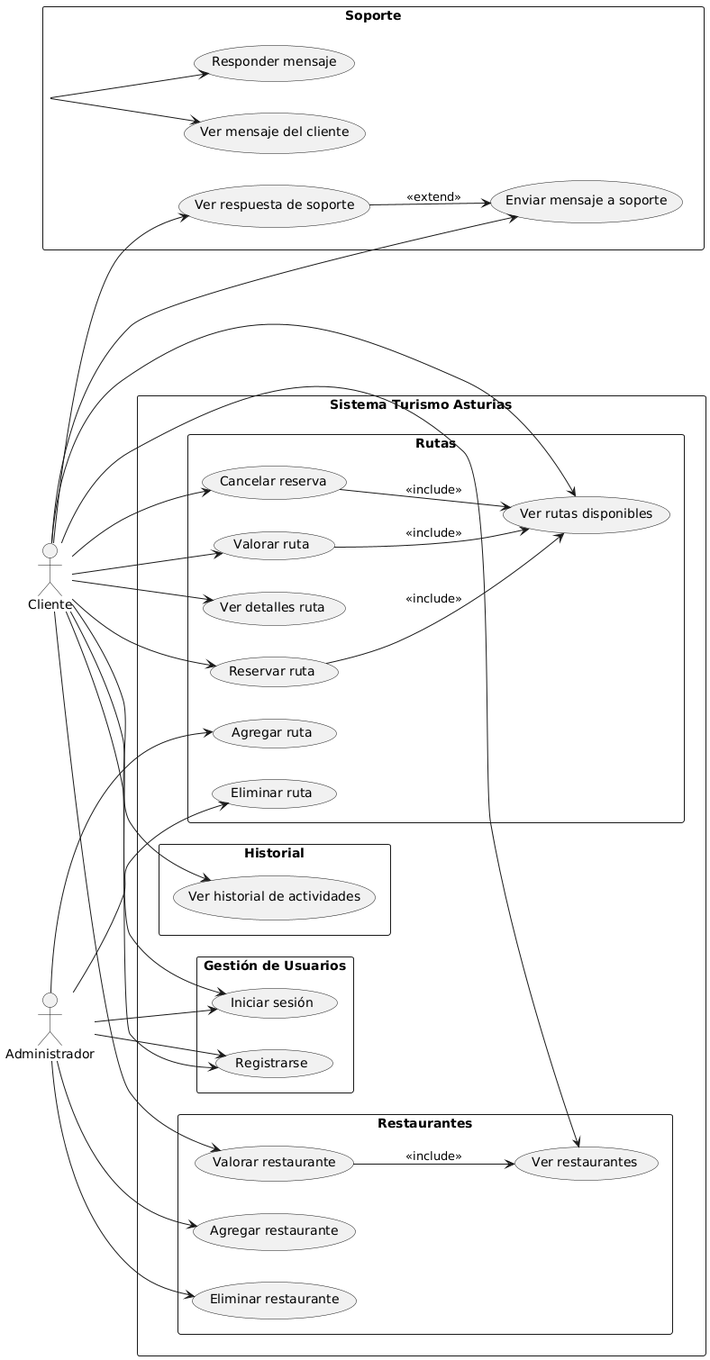
Earlier version of the PlantUML export assets/diagramaCasosDeUso.png (Pablirry/AsturTerra). The source it was exported from:
```plantuml
@startuml
left to right direction
skinparam packageStyle rectangle

actor Cliente
actor Administrador
actor Soporte

rectangle "Sistema Turismo Asturias" {

  package "Gestión de Usuarios" {
    (Iniciar sesión)
    (Registrarse)
    Cliente --> (Iniciar sesión)
    Cliente --> (Registrarse)
    Administrador --> (Iniciar sesión)
    Administrador --> (Registrarse)
  }

  package "Rutas" {
    (Ver rutas disponibles)
    (Reservar ruta)
    (Cancelar reserva)
    (Valorar ruta)
    (Ver detalles ruta)

    Cliente --> (Ver rutas disponibles)
    Cliente --> (Reservar ruta)
    Cliente --> (Cancelar reserva)
    Cliente --> (Valorar ruta)
    Cliente --> (Ver detalles ruta)

    Administrador --> (Agregar ruta)
    Administrador --> (Eliminar ruta)

    (Reservar ruta) --> (Ver rutas disponibles) : <<include>>
    (Cancelar reserva) --> (Ver rutas disponibles) : <<include>>
    (Valorar ruta) --> (Ver rutas disponibles) : <<include>>
  }

  package "Restaurantes" {
    (Ver restaurantes)
    (Valorar restaurante)

    Cliente --> (Ver restaurantes)
    Cliente --> (Valorar restaurante)

    Administrador --> (Agregar restaurante)
    Administrador --> (Eliminar restaurante)

    (Valorar restaurante) --> (Ver restaurantes) : <<include>>
  }

  package "Historial" {
    (Ver historial de actividades)
    Cliente --> (Ver historial de actividades)
  }

  package "Soporte" {
    (Enviar mensaje a soporte)
    (Ver respuesta de soporte)

    Cliente --> (Enviar mensaje a soporte)
    Cliente --> (Ver respuesta de soporte)
    Soporte --> (Ver mensaje del cliente)
    Soporte --> (Responder mensaje)

    (Ver respuesta de soporte) --> (Enviar mensaje a soporte) : <<extend>>
  }
}
@enduml
```
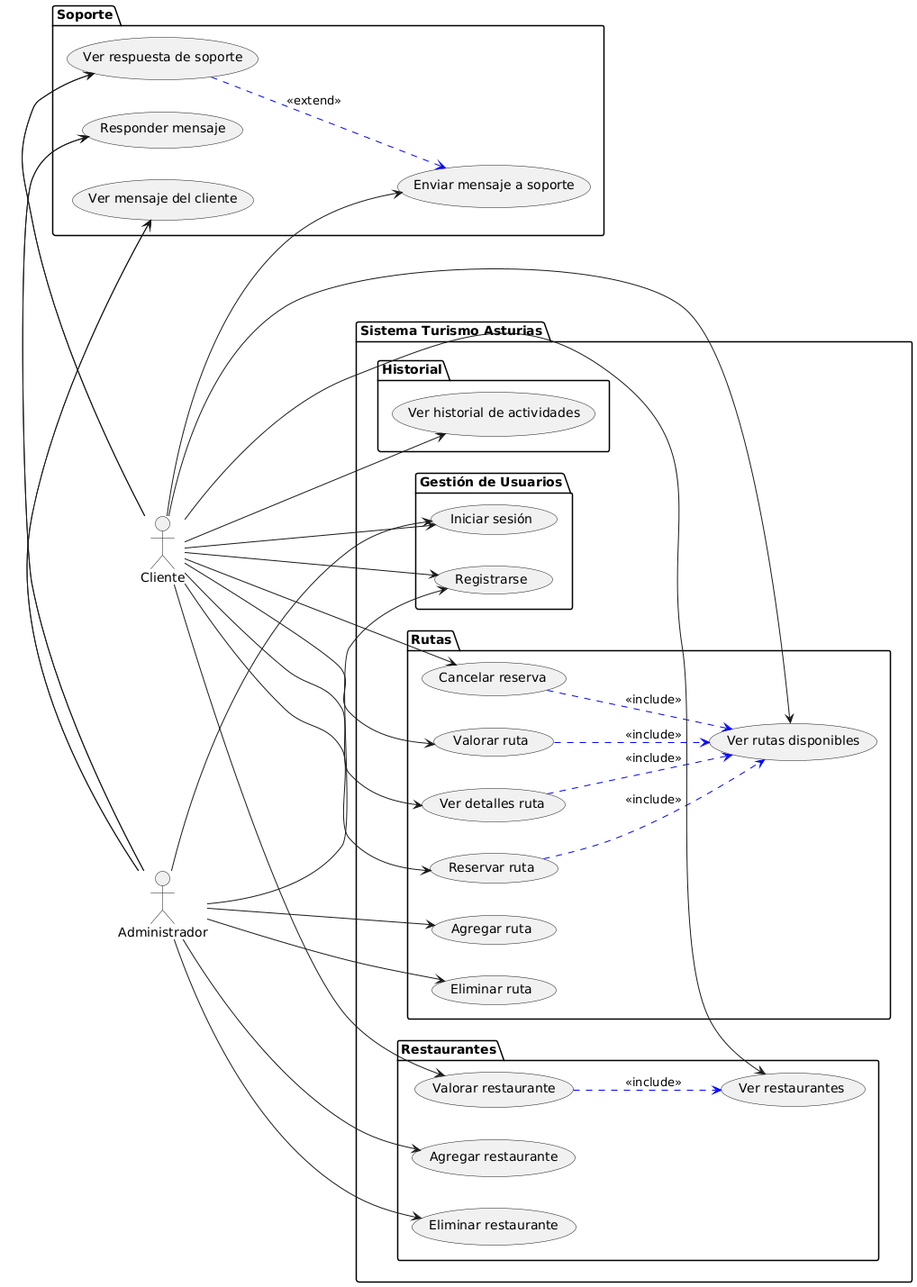
The same file after the commit.

What changed in the source:
```diff
@@ -1,71 +1,76 @@
 @startuml
 left to right direction
-skinparam packageStyle rectangle
-
 actor Cliente
 actor Administrador
-actor Soporte
 
-rectangle "Sistema Turismo Asturias" {
+package "Soporte" {
+    usecase "Ver mensaje del cliente" as UC1
+    usecase "Responder mensaje" as UC2
+    usecase "Enviar mensaje a soporte" as UC3
+    usecase "Ver respuesta de soporte" as UC4
 
-  package "Gestión de Usuarios" {
-    (Iniciar sesión)
-    (Registrarse)
-    Cliente --> (Iniciar sesión)
-    Cliente --> (Registrarse)
-    Administrador --> (Iniciar sesión)
-    Administrador --> (Registrarse)
-  }
+    UC4 -[#0000FF,dashed]-> UC3 : <<extend>>
+}
 
-  package "Rutas" {
-    (Ver rutas disponibles)
-    (Reservar ruta)
-    (Cancelar reserva)
-    (Valorar ruta)
-    (Ver detalles ruta)
+package "Sistema Turismo Asturias" {
+    package "Rutas" {
+        usecase "Ver rutas disponibles" as UC5
+        usecase "Ver detalles ruta" as UC6
+        usecase "Reservar ruta" as UC7
+        usecase "Cancelar reserva" as UC8
+        usecase "Valorar ruta" as UC9
+        usecase "Agregar ruta" as UC10
+        usecase "Eliminar ruta" as UC11
 
-    Cliente --> (Ver rutas disponibles)
-    Cliente --> (Reservar ruta)
-    Cliente --> (Cancelar reserva)
-    Cliente --> (Valorar ruta)
-    Cliente --> (Ver detalles ruta)
+        UC6 -[#0000FF,dashed]-> UC5 : <<include>>
+        UC7 -[#0000FF,dashed]-> UC5 : <<include>>
+        UC8 -[#0000FF,dashed]-> UC5 : <<include>>
+        UC9 -[#0000FF,dashed]-> UC5 : <<include>>
+    }
 
-    Administrador --> (Agregar ruta)
-    Administrador --> (Eliminar ruta)
+    package "Historial" {
+        usecase "Ver historial de actividades" as UC12
+    }
 
-    (Reservar ruta) --> (Ver rutas disponibles) : <<include>>
-    (Cancelar reserva) --> (Ver rutas disponibles) : <<include>>
-    (Valorar ruta) --> (Ver rutas disponibles) : <<include>>
-  }
+    package "Gestión de Usuarios" {
+        usecase "Iniciar sesión" as UC13
+        usecase "Registrarse" as UC14
+    }
 
-  package "Restaurantes" {
-    (Ver restaurantes)
-    (Valorar restaurante)
+    package "Restaurantes" {
+        usecase "Ver restaurantes" as UC15
+        usecase "Valorar restaurante" as UC16
+        usecase "Agregar restaurante" as UC17
+        usecase "Eliminar restaurante" as UC18
 
-    Cliente --> (Ver restaurantes)
-    Cliente --> (Valorar restaurante)
+        UC16 -[#0000FF,dashed]-> UC15 : <<include>>
+    }
+}
 
-    Administrador --> (Agregar restaurante)
-    Administrador --> (Eliminar restaurante)
+Cliente --> UC5
+Cliente --> UC6
+Cliente --> UC7
+Cliente --> UC8
+Cliente --> UC9
+Cliente --> UC12
+Cliente --> UC13
+Cliente --> UC14
+Cliente --> UC15
+Cliente --> UC16
+Cliente --> UC3
+Cliente --> UC4
 
-    (Valorar restaurante) --> (Ver restaurantes) : <<include>>
-  }
+Administrador --> UC10
+Administrador --> UC11
+Administrador --> UC17
+Administrador --> UC18
+Administrador --> UC13
+Administrador --> UC14
+Administrador --> UC1
+Administrador --> UC2
 
-  package "Historial" {
-    (Ver historial de actividades)
-    Cliente --> (Ver historial de actividades)
-  }
+UC4 <-- Cliente
 
-  package "Soporte" {
-    (Enviar mensaje a soporte)
-    (Ver respuesta de soporte)
-
-    Cliente --> (Enviar mensaje a soporte)
-    Cliente --> (Ver respuesta de soporte)
-    Soporte --> (Ver mensaje del cliente)
-    Soporte --> (Responder mensaje)
-
-    (Ver respuesta de soporte) --> (Enviar mensaje a soporte) : <<extend>>
-  }
-}
+UC1 <-- Administrador
+UC2 <-- Administrador
 @enduml
```
